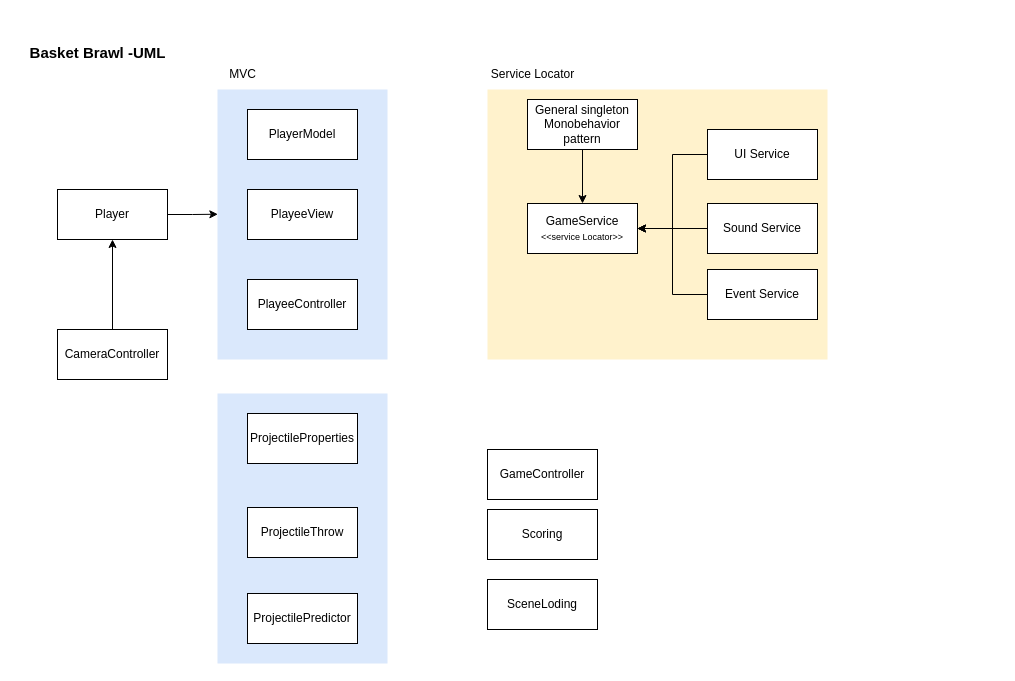
Earlier version of the draw.io diagram Basket Brawl.drawio (Bhusan1225/Basketball-Shooting). Source tidied: cells renumbered, new cells numbered last; positions are measured from the earlier drawing's top-left corner, leaving out a move shared by most shapes. Both pictures are drawn from the tidied source at 100%, with x=0, y=0 at pixel (17, 37).
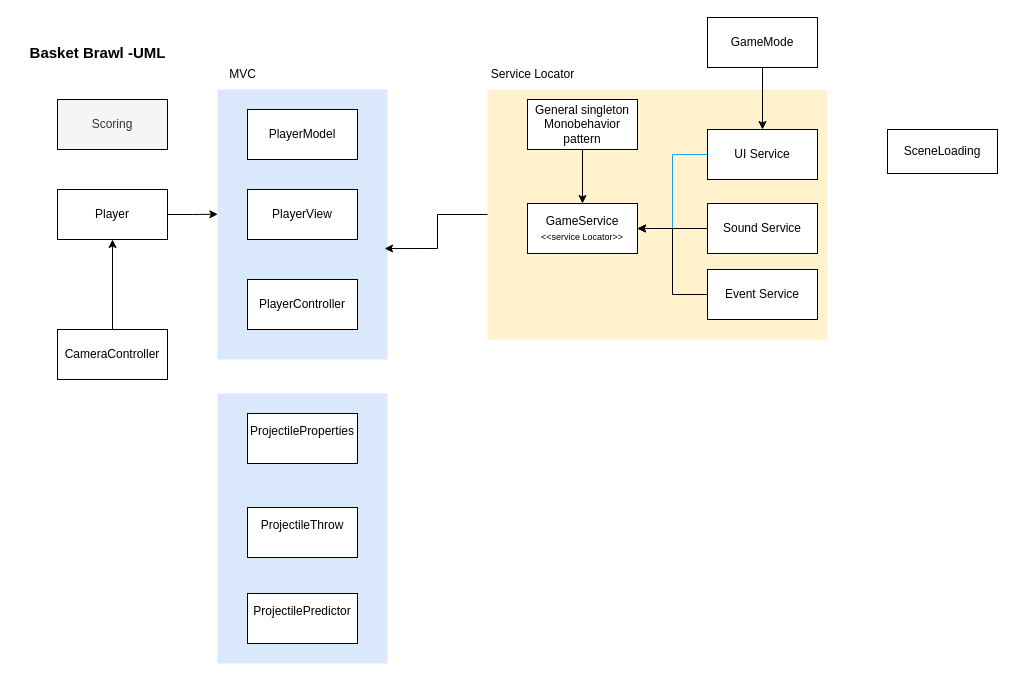
The same page after the edit.

Unchanged cells that the change refers to:
```xml
<mxCell id="4" style="rounded=0;whiteSpace=wrap;html=1;fillColor=#dae8fc;strokeColor=none;" parent="1" vertex="1">
  <mxGeometry x="200" y="52" width="170" height="270" as="geometry" />
</mxCell>
<mxCell id="18" value="GameService&lt;div&gt;&lt;font style=&quot;font-size: 9px;&quot;&gt;&amp;lt;&amp;lt;service Locator&amp;gt;&amp;gt;&lt;/font&gt;&lt;/div&gt;" style="html=1;whiteSpace=wrap;" parent="1" vertex="1">
  <mxGeometry x="510" y="166" width="110" height="50" as="geometry" />
</mxCell>
<mxCell id="22" value="UI Service" style="html=1;whiteSpace=wrap;" parent="1" vertex="1">
  <mxGeometry x="690" y="92" width="110" height="50" as="geometry" />
</mxCell>
```

Change to the diagram source:
```diff
@@
     <mxCell id="2" style="rounded=0;whiteSpace=wrap;html=1;fillColor=#fff2cc;strokeColor=none;" parent="1" vertex="1">
-      <mxGeometry x="470" y="52" width="340" height="270" as="geometry" />
+      <mxGeometry x="470" y="52" width="340" height="250" as="geometry" />
     </mxCell>
@@
-    <mxCell id="8" value="PlayeeView" style="html=1;whiteSpace=wrap;" parent="1" vertex="1">
+    <mxCell id="8" value="PlayerView" style="html=1;whiteSpace=wrap;" parent="1" vertex="1">
       <mxGeometry x="230" y="152" width="110" height="50" as="geometry" />
     </mxCell>
-    <mxCell id="9" value="PlayeeController" style="html=1;whiteSpace=wrap;" parent="1" vertex="1">
+    <mxCell id="9" value="PlayerController" style="html=1;whiteSpace=wrap;" parent="1" vertex="1">
       <mxGeometry x="230" y="242" width="110" height="50" as="geometry" />
     </mxCell>
@@
-    <mxCell id="12" value="ProjectileProperties" style="html=1;whiteSpace=wrap;" parent="1" vertex="1">
+    <mxCell id="12" value="ProjectileProperties&lt;div&gt;&lt;br&gt;&lt;/div&gt;" style="html=1;whiteSpace=wrap;" parent="1" vertex="1">
       <mxGeometry x="230" y="376" width="110" height="50" as="geometry" />
     </mxCell>
-    <mxCell id="13" value="ProjectilePredictor" style="html=1;whiteSpace=wrap;" parent="1" vertex="1">
+    <mxCell id="13" value="ProjectilePredictor&lt;div&gt;&lt;br&gt;&lt;/div&gt;" style="html=1;whiteSpace=wrap;" parent="1" vertex="1">
       <mxGeometry x="230" y="556" width="110" height="50" as="geometry" />
     </mxCell>
-    <mxCell id="14" value="ProjectileThrow" style="html=1;whiteSpace=wrap;" parent="1" vertex="1">
+    <mxCell id="14" value="ProjectileThrow&lt;div&gt;&lt;br&gt;&lt;/div&gt;" style="html=1;whiteSpace=wrap;" parent="1" vertex="1">
       <mxGeometry x="230" y="470" width="110" height="50" as="geometry" />
     </mxCell>
-    <mxCell id="15" value="Scoring" style="html=1;whiteSpace=wrap;" parent="1" vertex="1">
-      <mxGeometry x="470" y="472" width="110" height="50" as="geometry" />
+    <mxCell id="15" value="Scoring" style="html=1;whiteSpace=wrap;fillColor=#f5f5f5;fontColor=#333333;strokeColor=default;" parent="1" vertex="1">
+      <mxGeometry x="40" y="62" width="110" height="50" as="geometry" />
     </mxCell>
-    <mxCell id="16" value="GameController" style="html=1;whiteSpace=wrap;" parent="1" vertex="1">
-      <mxGeometry x="470" y="412" width="110" height="50" as="geometry" />
-    </mxCell>
-    <mxCell id="17" value="SceneLoding" style="html=1;whiteSpace=wrap;" parent="1" vertex="1">
-      <mxGeometry x="470" y="542" width="110" height="50" as="geometry" />
+    <mxCell id="17" value="SceneLoading" style="html=1;whiteSpace=wrap;" parent="1" vertex="1">
+      <mxGeometry x="870" y="92" width="110" height="44" as="geometry" />
     </mxCell>
@@
-    <mxCell id="21" style="edgeStyle=orthogonalEdgeStyle;rounded=0;jettySize=auto;html=1;entryX=1;entryY=0.5;entryDx=0;entryDy=0;" parent="1" edge="1" source="22" target="18">
+    <mxCell id="21" style="edgeStyle=orthogonalEdgeStyle;rounded=0;jettySize=auto;html=1;entryX=1;entryY=0.5;entryDx=0;entryDy=0;strokeColor=#1BA1E2;" parent="1" edge="1" source="22" target="18">
       <mxGeometry relative="1" as="geometry" />
     </mxCell>
@@
+    <mxCell id="30" style="edgeStyle=orthogonalEdgeStyle;rounded=0;jettySize=auto;html=1;" parent="1" edge="1" source="31" target="22">
+      <mxGeometry relative="1" as="geometry" />
+    </mxCell>
+    <mxCell id="31" value="&lt;div&gt;&lt;span style=&quot;background-color: transparent; color: light-dark(rgb(0, 0, 0), rgb(255, 255, 255));&quot;&gt;GameMode&lt;/span&gt;&lt;/div&gt;" style="html=1;whiteSpace=wrap;" parent="1" vertex="1">
+      <mxGeometry x="690" y="-20" width="110" height="50" as="geometry" />
+    </mxCell>
+    <mxCell id="32" style="edgeStyle=orthogonalEdgeStyle;rounded=0;jettySize=auto;html=1;entryX=0.983;entryY=0.589;entryDx=0;entryDy=0;entryPerimeter=0;" parent="1" edge="1" source="2" target="4">
+      <mxGeometry relative="1" as="geometry" />
+    </mxCell>
```
